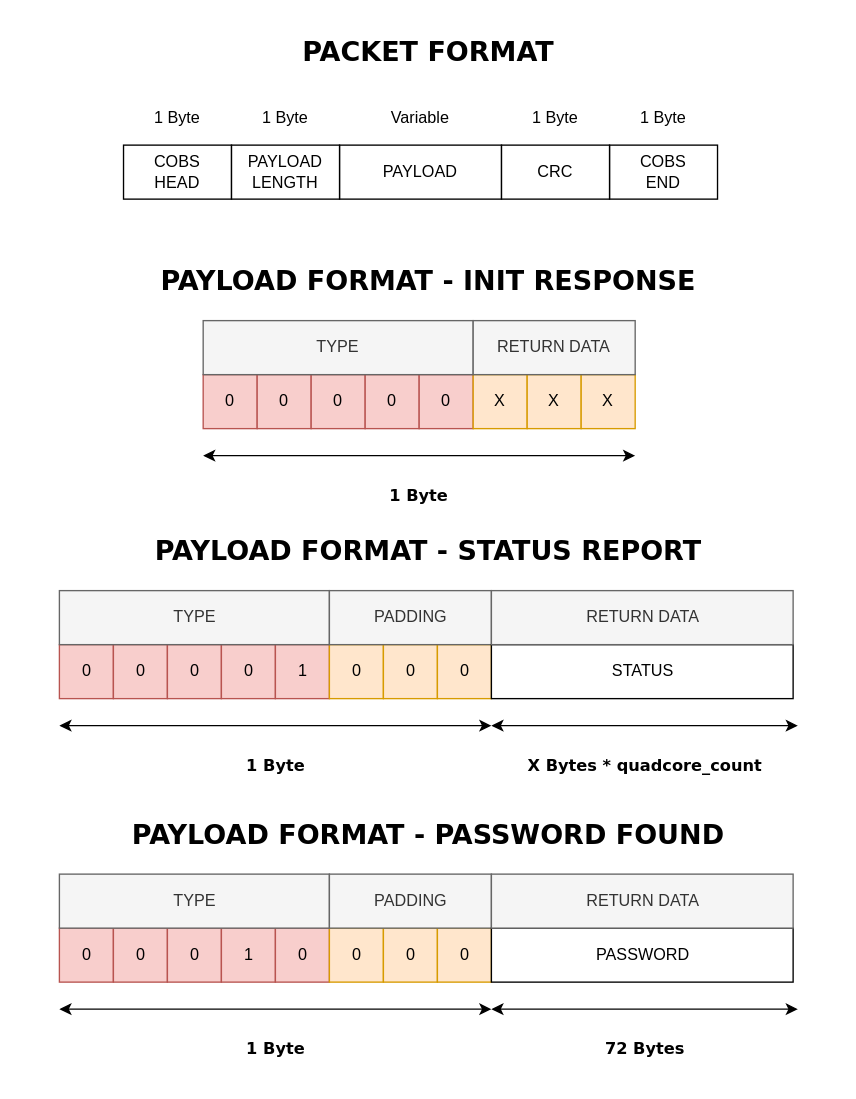
The draw.io diagram page "return_payload_format" (7 of 9) of assets/drawio/uart_communication_protocol.drawio in Djokzer/fpga_bruteforce_attack, before the edit. Source tidied: cells renumbered, new cells numbered last; positions are measured from the earlier drawing's top-left corner, leaving out a move shared by most shapes. Both pictures are drawn from the tidied source at 135%, with x=0, y=0 at pixel (23, 23).
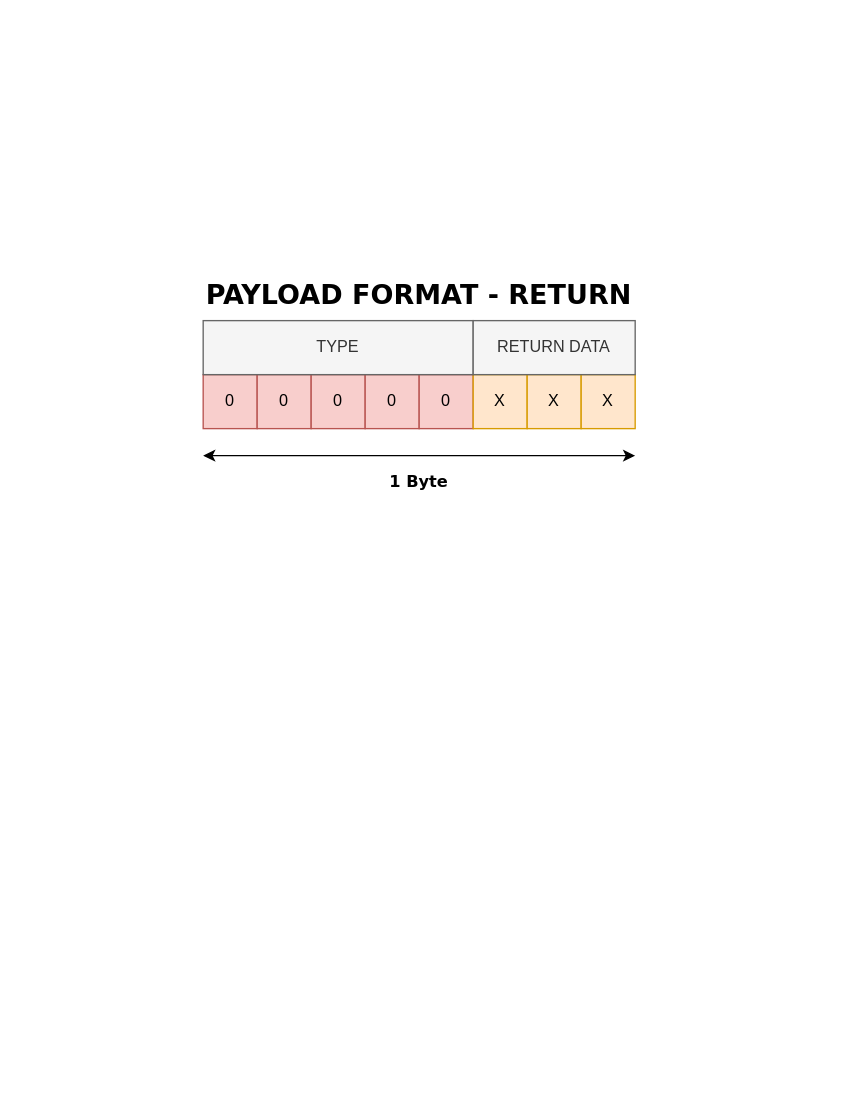
The same diagram, later.

What changed in the source:
```diff
@@
-    <mxCell id="2" value="&lt;div&gt;COBS&lt;br&gt;&lt;/div&gt;&lt;div&gt;HEAD&lt;/div&gt;" style="rounded=0;whiteSpace=wrap;html=1;" parent="1" vertex="1">
-      <mxGeometry x="74" y="90" width="80" height="40" as="geometry" />
-    </mxCell>
-    <mxCell id="3" value="1 Byte" style="rounded=0;whiteSpace=wrap;html=1;fillColor=none;strokeColor=none;" parent="1" vertex="1">
-      <mxGeometry x="74" y="50" width="80" height="40" as="geometry" />
-    </mxCell>
-    <mxCell id="4" value="PAYLOAD" style="rounded=0;whiteSpace=wrap;html=1;" parent="1" vertex="1">
-      <mxGeometry x="234" y="90" width="120" height="40" as="geometry" />
-    </mxCell>
-    <mxCell id="5" value="Variable" style="rounded=0;whiteSpace=wrap;html=1;fillColor=none;strokeColor=none;" parent="1" vertex="1">
-      <mxGeometry x="234" y="50" width="120" height="40" as="geometry" />
-    </mxCell>
-    <mxCell id="6" value="&lt;div&gt;COBS&lt;/div&gt;&lt;div&gt;&lt;span style=&quot;background-color: initial;&quot;&gt;END&lt;/span&gt;&lt;/div&gt;" style="rounded=0;whiteSpace=wrap;html=1;" parent="1" vertex="1">
-      <mxGeometry x="434" y="90" width="80" height="40" as="geometry" />
-    </mxCell>
-    <mxCell id="7" value="PACKET FORMAT" style="rounded=0;whiteSpace=wrap;html=1;fillColor=none;strokeColor=none;fontFamily=Verdana;fontStyle=1;fontSize=20;" parent="1" vertex="1">
-      <mxGeometry x="160" width="280" height="40" as="geometry" />
-    </mxCell>
-    <mxCell id="8" value="CRC" style="rounded=0;whiteSpace=wrap;html=1;" parent="1" vertex="1">
-      <mxGeometry x="354" y="90" width="80" height="40" as="geometry" />
-    </mxCell>
-    <mxCell id="9" value="1 Byte" style="rounded=0;whiteSpace=wrap;html=1;fillColor=none;strokeColor=none;" parent="1" vertex="1">
-      <mxGeometry x="354" y="50" width="80" height="40" as="geometry" />
-    </mxCell>
-    <mxCell id="10" value="1 Byte" style="rounded=0;whiteSpace=wrap;html=1;fillColor=none;strokeColor=none;" parent="1" vertex="1">
-      <mxGeometry x="434" y="50" width="80" height="40" as="geometry" />
-    </mxCell>
-    <mxCell id="11" value="PAYLOAD&lt;div&gt;LENGTH&lt;/div&gt;" style="rounded=0;whiteSpace=wrap;html=1;" parent="1" vertex="1">
-      <mxGeometry x="154" y="90" width="80" height="40" as="geometry" />
-    </mxCell>
-    <mxCell id="12" value="1 Byte" style="rounded=0;whiteSpace=wrap;html=1;fillColor=none;strokeColor=none;" parent="1" vertex="1">
-      <mxGeometry x="154" y="50" width="80" height="40" as="geometry" />
-    </mxCell>
-    <mxCell id="13" value="PAYLOAD FORMAT - INIT RESPONSE" style="rounded=0;whiteSpace=wrap;html=1;fillColor=none;strokeColor=none;fontFamily=Verdana;fontStyle=1;fontSize=20;" parent="1" vertex="1">
-      <mxGeometry y="170" width="600" height="40" as="geometry" />
+    <mxCell id="13" value="PAYLOAD FORMAT - RETURN" style="rounded=0;whiteSpace=wrap;html=1;fillColor=none;strokeColor=none;fontFamily=Verdana;fontStyle=1;fontSize=20;" parent="1" vertex="1">
+      <mxGeometry x="53" y="180" width="480" height="40" as="geometry" />
     </mxCell>
@@
     <mxCell id="23" value="&lt;span&gt;1 Byte&lt;/span&gt;" style="rounded=0;whiteSpace=wrap;html=1;fillColor=none;strokeColor=none;fontFamily=Verdana;fontStyle=1;" parent="1" vertex="1">
-      <mxGeometry x="133" y="330" width="320" height="40" as="geometry" />
+      <mxGeometry x="133" y="320" width="320" height="40" as="geometry" />
     </mxCell>
@@
-    <mxCell id="26" value="PAYLOAD FORMAT - STATUS REPORT" style="rounded=0;whiteSpace=wrap;html=1;fillColor=none;strokeColor=none;fontFamily=Verdana;fontStyle=1;fontSize=20;" parent="1" vertex="1">
-      <mxGeometry y="370" width="600" height="40" as="geometry" />
-    </mxCell>
-    <mxCell id="27" value="&lt;font&gt;0&lt;/font&gt;" style="rounded=0;whiteSpace=wrap;html=1;fillColor=#f8cecc;strokeColor=#b85450;fontColor=default;" parent="1" vertex="1">
-      <mxGeometry x="26.5" y="460" width="40" height="40" as="geometry" />
-    </mxCell>
-    <mxCell id="28" value="0" style="rounded=0;whiteSpace=wrap;html=1;fillColor=#f8cecc;strokeColor=#b85450;" parent="1" vertex="1">
-      <mxGeometry x="66.5" y="460" width="40" height="40" as="geometry" />
-    </mxCell>
-    <mxCell id="29" value="0" style="rounded=0;whiteSpace=wrap;html=1;fillColor=#f8cecc;strokeColor=#b85450;" parent="1" vertex="1">
-      <mxGeometry x="106.5" y="460" width="40" height="40" as="geometry" />
-    </mxCell>
-    <mxCell id="30" value="0" style="rounded=0;whiteSpace=wrap;html=1;fillColor=#f8cecc;strokeColor=#b85450;" parent="1" vertex="1">
-      <mxGeometry x="146.5" y="460" width="40" height="40" as="geometry" />
-    </mxCell>
-    <mxCell id="31" value="1" style="rounded=0;whiteSpace=wrap;html=1;fillColor=#f8cecc;strokeColor=#b85450;" parent="1" vertex="1">
-      <mxGeometry x="186.5" y="460" width="40" height="40" as="geometry" />
-    </mxCell>
-    <mxCell id="32" value="0" style="rounded=0;whiteSpace=wrap;html=1;fillColor=#ffe6cc;strokeColor=#d79b00;" parent="1" vertex="1">
-      <mxGeometry x="226.5" y="460" width="40" height="40" as="geometry" />
-    </mxCell>
-    <mxCell id="33" value="0" style="rounded=0;whiteSpace=wrap;html=1;fillColor=#ffe6cc;strokeColor=#d79b00;" parent="1" vertex="1">
-      <mxGeometry x="266.5" y="460" width="40" height="40" as="geometry" />
-    </mxCell>
-    <mxCell id="34" value="0" style="rounded=0;whiteSpace=wrap;html=1;fillColor=#ffe6cc;strokeColor=#d79b00;" parent="1" vertex="1">
-      <mxGeometry x="306.5" y="460" width="40" height="40" as="geometry" />
-    </mxCell>
-    <mxCell id="35" style="endArrow=classic;html=1;rounded=0;startArrow=classic;startFill=1;" parent="1" edge="1">
-      <mxGeometry relative="1" as="geometry">
-        <mxPoint x="26.5" y="520" as="sourcePoint" />
-        <mxPoint x="346.5" y="520" as="targetPoint" />
-      </mxGeometry>
-    </mxCell>
-    <mxCell id="36" value="&lt;span&gt;1 Byte&lt;/span&gt;" style="rounded=0;whiteSpace=wrap;html=1;fillColor=none;strokeColor=none;fontFamily=Verdana;fontStyle=1;" parent="1" vertex="1">
-      <mxGeometry x="26.5" y="530" width="320" height="40" as="geometry" />
-    </mxCell>
-    <mxCell id="37" value="TYPE" style="rounded=0;whiteSpace=wrap;html=1;fillColor=#f5f5f5;strokeColor=#666666;fontColor=#333333;" parent="1" vertex="1">
-      <mxGeometry x="26.5" y="420" width="200" height="40" as="geometry" />
-    </mxCell>
-    <mxCell id="38" value="PADDING" style="rounded=0;whiteSpace=wrap;html=1;fillColor=#f5f5f5;strokeColor=#666666;fontColor=#333333;" parent="1" vertex="1">
-      <mxGeometry x="226.5" y="420" width="120" height="40" as="geometry" />
-    </mxCell>
-    <mxCell id="39" value="STATUS" style="rounded=0;whiteSpace=wrap;html=1;" parent="1" vertex="1">
-      <mxGeometry x="346.5" y="460" width="223.5" height="40" as="geometry" />
-    </mxCell>
-    <mxCell id="40" style="endArrow=classic;html=1;rounded=0;startArrow=classic;startFill=1;" parent="1" edge="1">
-      <mxGeometry relative="1" as="geometry">
-        <mxPoint x="346.5" y="520" as="sourcePoint" />
-        <mxPoint x="573.5" y="520" as="targetPoint" />
-      </mxGeometry>
-    </mxCell>
-    <mxCell id="41" value="&lt;span&gt;X Bytes * quadcore_count&lt;/span&gt;" style="rounded=0;whiteSpace=wrap;html=1;fillColor=none;strokeColor=none;fontFamily=Verdana;fontStyle=1;" parent="1" vertex="1">
-      <mxGeometry x="346.5" y="530" width="227" height="40" as="geometry" />
-    </mxCell>
-    <mxCell id="42" value="RETURN DATA" style="rounded=0;whiteSpace=wrap;html=1;fillColor=#f5f5f5;strokeColor=#666666;fontColor=#333333;" parent="1" vertex="1">
-      <mxGeometry x="346.5" y="420" width="223.5" height="40" as="geometry" />
-    </mxCell>
-    <mxCell id="43" value="PAYLOAD FORMAT - PASSWORD FOUND" style="rounded=0;whiteSpace=wrap;html=1;fillColor=none;strokeColor=none;fontFamily=Verdana;fontStyle=1;fontSize=20;" parent="1" vertex="1">
-      <mxGeometry y="580" width="600" height="40" as="geometry" />
-    </mxCell>
-    <mxCell id="44" value="&lt;font&gt;0&lt;/font&gt;" style="rounded=0;whiteSpace=wrap;html=1;fillColor=#f8cecc;strokeColor=#b85450;fontColor=default;" parent="1" vertex="1">
-      <mxGeometry x="26.5" y="670" width="40" height="40" as="geometry" />
-    </mxCell>
-    <mxCell id="45" value="0" style="rounded=0;whiteSpace=wrap;html=1;fillColor=#f8cecc;strokeColor=#b85450;" parent="1" vertex="1">
-      <mxGeometry x="66.5" y="670" width="40" height="40" as="geometry" />
-    </mxCell>
-    <mxCell id="46" value="0" style="rounded=0;whiteSpace=wrap;html=1;fillColor=#f8cecc;strokeColor=#b85450;" parent="1" vertex="1">
-      <mxGeometry x="106.5" y="670" width="40" height="40" as="geometry" />
-    </mxCell>
-    <mxCell id="47" value="1" style="rounded=0;whiteSpace=wrap;html=1;fillColor=#f8cecc;strokeColor=#b85450;" parent="1" vertex="1">
-      <mxGeometry x="146.5" y="670" width="40" height="40" as="geometry" />
-    </mxCell>
-    <mxCell id="48" value="0" style="rounded=0;whiteSpace=wrap;html=1;fillColor=#f8cecc;strokeColor=#b85450;" parent="1" vertex="1">
-      <mxGeometry x="186.5" y="670" width="40" height="40" as="geometry" />
-    </mxCell>
-    <mxCell id="49" value="0" style="rounded=0;whiteSpace=wrap;html=1;fillColor=#ffe6cc;strokeColor=#d79b00;" parent="1" vertex="1">
-      <mxGeometry x="226.5" y="670" width="40" height="40" as="geometry" />
-    </mxCell>
-    <mxCell id="50" value="0" style="rounded=0;whiteSpace=wrap;html=1;fillColor=#ffe6cc;strokeColor=#d79b00;" parent="1" vertex="1">
-      <mxGeometry x="266.5" y="670" width="40" height="40" as="geometry" />
-    </mxCell>
-    <mxCell id="51" value="0" style="rounded=0;whiteSpace=wrap;html=1;fillColor=#ffe6cc;strokeColor=#d79b00;" parent="1" vertex="1">
-      <mxGeometry x="306.5" y="670" width="40" height="40" as="geometry" />
-    </mxCell>
-    <mxCell id="52" style="endArrow=classic;html=1;rounded=0;startArrow=classic;startFill=1;" parent="1" edge="1">
-      <mxGeometry relative="1" as="geometry">
-        <mxPoint x="26.5" y="730" as="sourcePoint" />
-        <mxPoint x="346.5" y="730" as="targetPoint" />
-      </mxGeometry>
-    </mxCell>
-    <mxCell id="53" value="&lt;span&gt;1 Byte&lt;/span&gt;" style="rounded=0;whiteSpace=wrap;html=1;fillColor=none;strokeColor=none;fontFamily=Verdana;fontStyle=1;" parent="1" vertex="1">
-      <mxGeometry x="26.5" y="740" width="320" height="40" as="geometry" />
-    </mxCell>
-    <mxCell id="54" value="TYPE" style="rounded=0;whiteSpace=wrap;html=1;fillColor=#f5f5f5;strokeColor=#666666;fontColor=#333333;" parent="1" vertex="1">
-      <mxGeometry x="26.5" y="630" width="200" height="40" as="geometry" />
-    </mxCell>
-    <mxCell id="55" value="PADDING" style="rounded=0;whiteSpace=wrap;html=1;fillColor=#f5f5f5;strokeColor=#666666;fontColor=#333333;" parent="1" vertex="1">
-      <mxGeometry x="226.5" y="630" width="120" height="40" as="geometry" />
-    </mxCell>
-    <mxCell id="56" value="PASSWORD" style="rounded=0;whiteSpace=wrap;html=1;" parent="1" vertex="1">
-      <mxGeometry x="346.5" y="670" width="223.5" height="40" as="geometry" />
-    </mxCell>
-    <mxCell id="57" style="endArrow=classic;html=1;rounded=0;startArrow=classic;startFill=1;" parent="1" edge="1">
-      <mxGeometry relative="1" as="geometry">
-        <mxPoint x="346.5" y="730" as="sourcePoint" />
-        <mxPoint x="573.5" y="730" as="targetPoint" />
-      </mxGeometry>
-    </mxCell>
-    <mxCell id="58" value="&lt;span&gt;72 Bytes&lt;/span&gt;" style="rounded=0;whiteSpace=wrap;html=1;fillColor=none;strokeColor=none;fontFamily=Verdana;fontStyle=1;" parent="1" vertex="1">
-      <mxGeometry x="346.5" y="740" width="227" height="40" as="geometry" />
-    </mxCell>
-    <mxCell id="59" value="RETURN DATA" style="rounded=0;whiteSpace=wrap;html=1;fillColor=#f5f5f5;strokeColor=#666666;fontColor=#333333;" parent="1" vertex="1">
-      <mxGeometry x="346.5" y="630" width="223.5" height="40" as="geometry" />
-    </mxCell>
```
